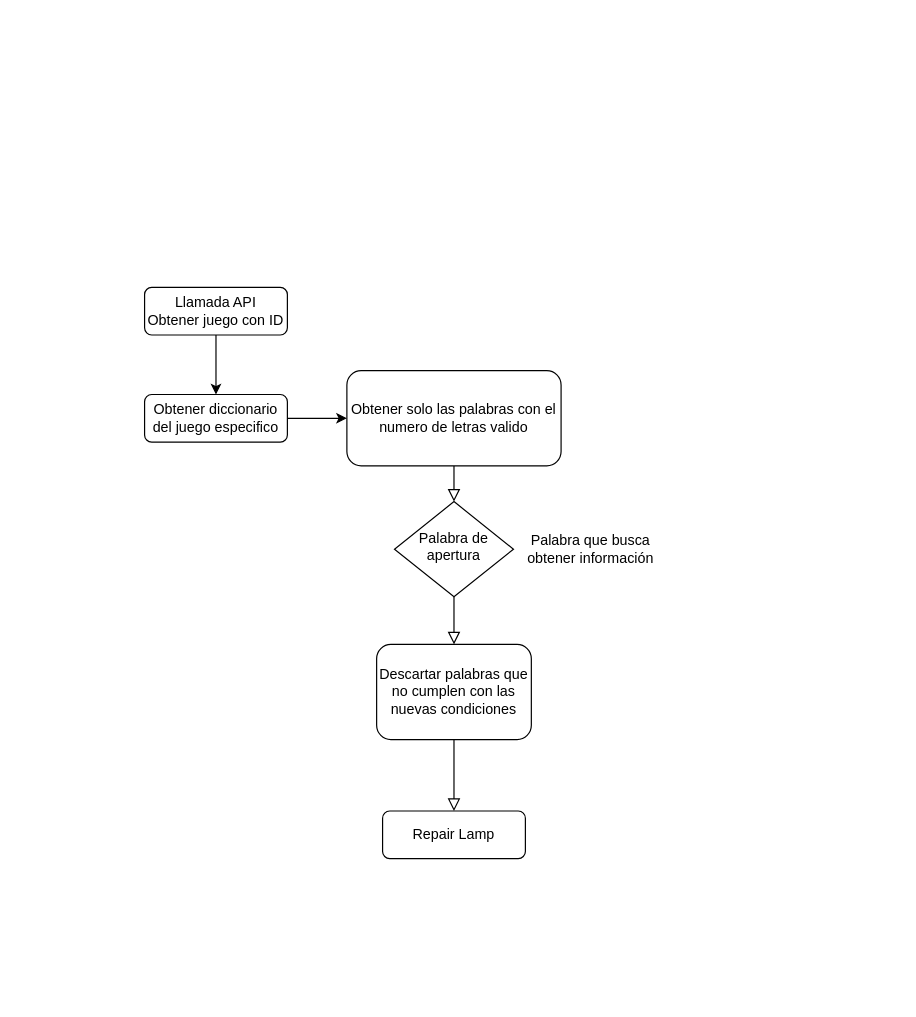
Before: Diagrama.drawio in Macaya25/WordlePlayer, a draw.io diagram. Source tidied: cells renumbered, new cells numbered last; positions are measured from the earlier drawing's top-left corner, leaving out a move shared by most shapes. Both pictures are drawn from the tidied source at 119%, with x=0, y=0 at pixel (144, 287).
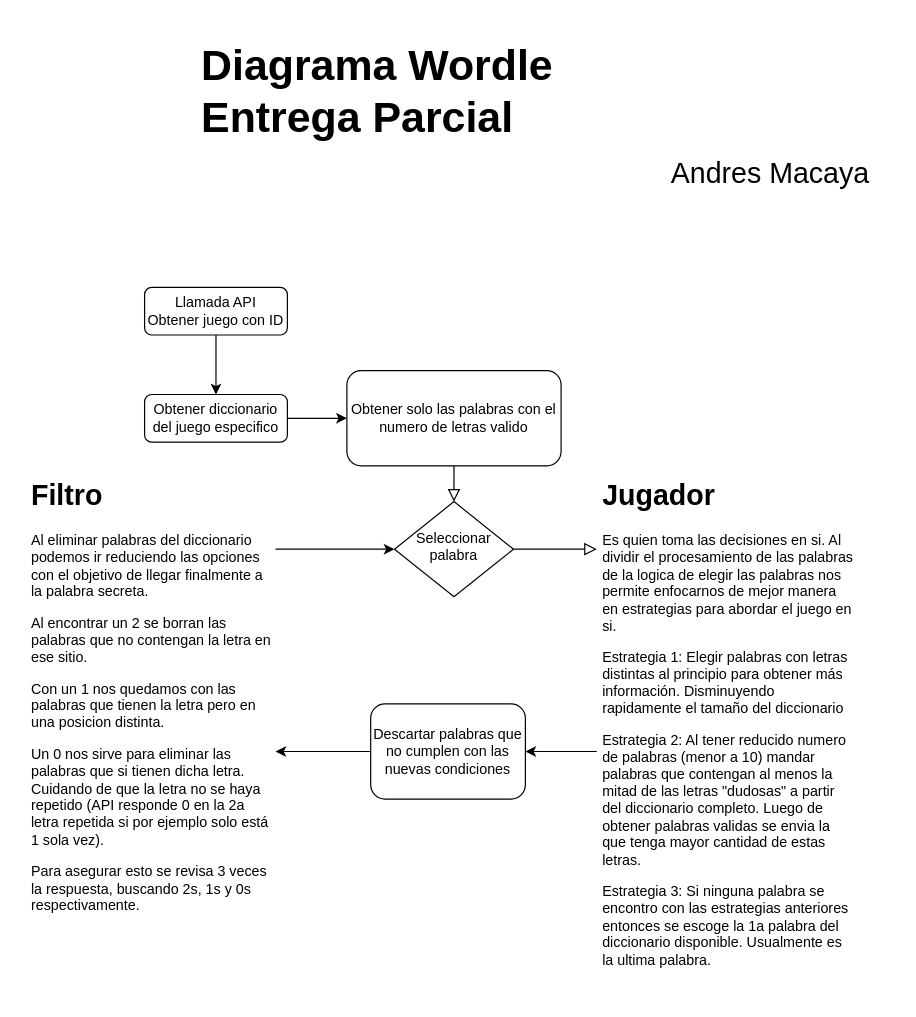
The same page after the edit.

Diff of the diagram source:
```diff
@@
-    <mxCell id="4" style="rounded=0;html=1;jettySize=auto;fontSize=11;endArrow=block;endFill=0;endSize=8;strokeWidth=1;shadow=0;labelBackgroundColor=none;edgeStyle=orthogonalEdgeStyle;entryX=0.5;entryY=0;entryDx=0;entryDy=0;entryPerimeter=0;" parent="1" edge="1" source="5" target="13">
-      <mxGeometry y="20" relative="1" as="geometry" />
+    <mxCell id="4" style="rounded=0;html=1;jettySize=auto;fontSize=11;endArrow=block;endFill=0;endSize=8;strokeWidth=1;shadow=0;labelBackgroundColor=none;edgeStyle=orthogonalEdgeStyle;" parent="1" edge="1" source="5" target="18">
+      <mxGeometry y="20" relative="1" as="geometry">
+        <Array as="points">
+          <mxPoint x="360" y="220" />
+          <mxPoint x="360" y="220" />
+        </Array>
+      </mxGeometry>
     </mxCell>
-    <mxCell id="5" value="Palabra de apertura" style="rhombus;whiteSpace=wrap;html=1;shadow=0;fontFamily=Helvetica;fontSize=12;align=center;strokeWidth=1;spacing=6;spacingTop=-4;" parent="1" vertex="1">
+    <mxCell id="5" value="Seleccionar&lt;br&gt;palabra" style="rhombus;whiteSpace=wrap;html=1;shadow=0;fontFamily=Helvetica;fontSize=12;align=center;strokeWidth=1;spacing=6;spacingTop=-4;" parent="1" vertex="1">
       <mxGeometry x="210" y="180" width="100" height="80" as="geometry" />
     </mxCell>
-    <mxCell id="6" style="rounded=0;html=1;jettySize=auto;fontSize=11;endArrow=block;endFill=0;endSize=8;strokeWidth=1;shadow=0;labelBackgroundColor=none;edgeStyle=orthogonalEdgeStyle;exitX=0.5;exitY=1;exitDx=0;exitDy=0;" parent="1" edge="1" source="13" target="7">
-      <mxGeometry x="0.33" y="20" relative="1" as="geometry" />
-    </mxCell>
-    <mxCell id="7" value="Repair Lamp" style="rounded=1;whiteSpace=wrap;html=1;fontSize=12;glass=0;strokeWidth=1;shadow=0;" parent="1" vertex="1">
-      <mxGeometry x="200" y="440" width="120" height="40" as="geometry" />
-    </mxCell>
@@
-    <mxCell id="12" value="Palabra que busca obtener información" style="text;html=1;strokeColor=none;fillColor=none;align=center;verticalAlign=middle;whiteSpace=wrap;rounded=0;" parent="1" vertex="1">
-      <mxGeometry x="310" y="192.5" width="130" height="55" as="geometry" />
-    </mxCell>
+    <mxCell id="14" style="edgeStyle=orthogonalEdgeStyle;rounded=0;jettySize=auto;html=1;" parent="1" edge="1" source="13" target="16">
+      <mxGeometry relative="1" as="geometry">
+        <Array as="points">
+          <mxPoint x="140" y="390" />
+          <mxPoint x="140" y="390" />
+        </Array>
+      </mxGeometry>
+    </mxCell>
     <mxCell id="13" value="Descartar palabras que no cumplen con las nuevas condiciones" style="rounded=1;whiteSpace=wrap;html=1;" parent="1" vertex="1">
-      <mxGeometry x="195" y="300" width="130" height="80" as="geometry" />
+      <mxGeometry x="190" y="350" width="130" height="80" as="geometry" />
     </mxCell>
+    <mxCell id="15" style="edgeStyle=orthogonalEdgeStyle;rounded=0;jettySize=auto;html=1;entryX=0;entryY=0.5;entryDx=0;entryDy=0;" parent="1" edge="1" source="16" target="5">
+      <mxGeometry relative="1" as="geometry">
+        <Array as="points">
+          <mxPoint x="120" y="220" />
+          <mxPoint x="120" y="220" />
+        </Array>
+      </mxGeometry>
+    </mxCell>
+    <mxCell id="16" value="&lt;h1&gt;Filtro&lt;/h1&gt;&lt;p&gt;Al eliminar palabras del diccionario podemos ir reduciendo las opciones con el objetivo de llegar finalmente a la palabra secreta.&lt;/p&gt;&lt;p&gt;Al encontrar un 2 se borran las palabras que no contengan la letra en ese sitio.&lt;/p&gt;&lt;p&gt;Con un 1 nos quedamos con las palabras que tienen la letra pero en una posicion distinta.&lt;/p&gt;&lt;p&gt;Un 0 nos sirve para eliminar las palabras que si tienen dicha letra. Cuidando de que la letra no se haya repetido (API responde 0 en la 2a letra repetida si por ejemplo solo está 1 sola vez).&lt;/p&gt;&lt;p&gt;Para asegurar esto se revisa 3 veces la respuesta, buscando 2s, 1s y 0s respectivamente.&lt;/p&gt;" style="text;html=1;strokeColor=none;fillColor=none;spacing=5;spacingTop=-20;whiteSpace=wrap;overflow=hidden;rounded=0;shadow=1;" parent="1" vertex="1">
+      <mxGeometry x="-100" y="155" width="210" height="430" as="geometry" />
+    </mxCell>
+    <mxCell id="17" style="edgeStyle=orthogonalEdgeStyle;rounded=0;jettySize=auto;html=1;" parent="1" edge="1" source="18" target="13">
+      <mxGeometry relative="1" as="geometry">
+        <Array as="points">
+          <mxPoint x="370" y="390" />
+          <mxPoint x="370" y="390" />
+        </Array>
+      </mxGeometry>
+    </mxCell>
+    <mxCell id="18" value="&lt;h1&gt;Jugador&lt;/h1&gt;&lt;p&gt;Es quien toma las decisiones en si. Al dividir el procesamiento de las palabras de la logica de elegir las palabras nos permite enfocarnos de mejor manera en estrategias para abordar el juego en si.&lt;/p&gt;&lt;p&gt;Estrategia 1: Elegir palabras con letras distintas al principio para obtener más información. Disminuyendo rapidamente el tamaño del diccionario&lt;/p&gt;&lt;p&gt;Estrategia 2: Al tener reducido numero de palabras (menor a 10) mandar palabras que contengan al menos la mitad de las letras &quot;dudosas&quot; a partir del diccionario completo. Luego de obtener palabras validas se envia la que tenga mayor cantidad de estas letras.&lt;/p&gt;&lt;p&gt;Estrategia 3: Si ninguna palabra se encontro con las estrategias anteriores entonces se escoge la 1a palabra del diccionario disponible. Usualmente es la ultima palabra.&lt;/p&gt;&lt;p&gt;&lt;br&gt;&lt;/p&gt;&lt;p&gt;&lt;br&gt;&lt;/p&gt;" style="text;html=1;strokeColor=none;fillColor=none;spacing=5;spacingTop=-20;whiteSpace=wrap;overflow=hidden;rounded=0;shadow=1;" parent="1" vertex="1">
+      <mxGeometry x="380" y="155" width="220" height="435" as="geometry" />
+    </mxCell>
+    <mxCell id="19" value="&lt;font style=&quot;font-size: 36px;&quot;&gt;&lt;b style=&quot;&quot;&gt;Diagrama Wordle Entrega Parcial&lt;/b&gt;&lt;/font&gt;" style="text;html=1;strokeColor=none;fillColor=none;align=left;verticalAlign=middle;whiteSpace=wrap;rounded=0;shadow=1;" parent="1" vertex="1">
+      <mxGeometry x="46" y="-220" width="316" height="110" as="geometry" />
+    </mxCell>
+    <mxCell id="20" value="&lt;font style=&quot;font-size: 24px;&quot;&gt;Andres Macaya&lt;/font&gt;" style="text;html=1;strokeColor=none;fillColor=none;align=center;verticalAlign=middle;whiteSpace=wrap;rounded=0;shadow=1;fontSize=36;" parent="1" vertex="1">
+      <mxGeometry x="426" y="-120" width="200" height="40" as="geometry" />
+    </mxCell>
```
